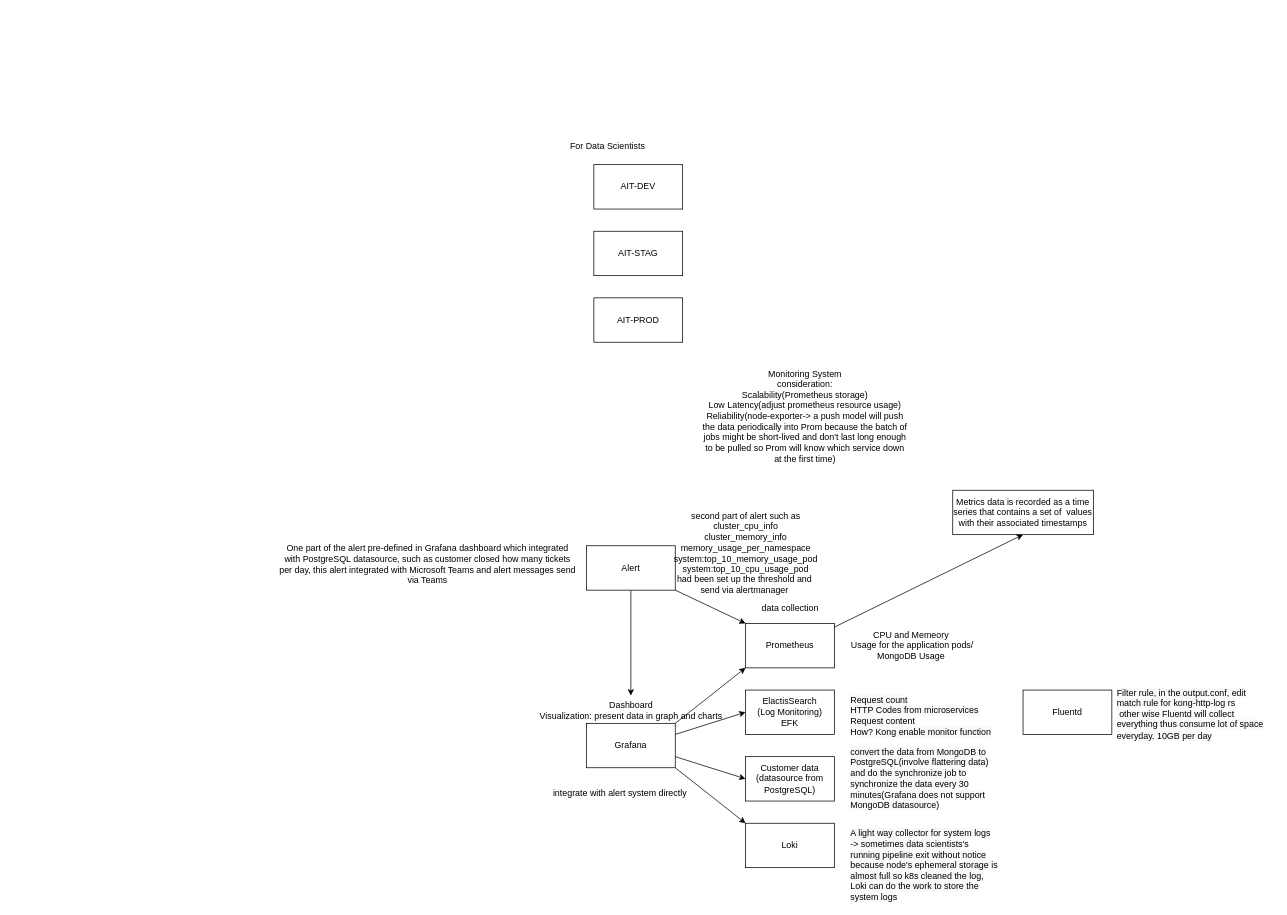
This is sap.drawio from superkjp/docs, a draw.io file, before an edit. Source tidied: cells renumbered, new cells numbered last; positions are measured from the earlier drawing's top-left corner, leaving out a move shared by most shapes. Both pictures are drawn from the tidied source at 74%, with x=0, y=0 at pixel (272, 135).
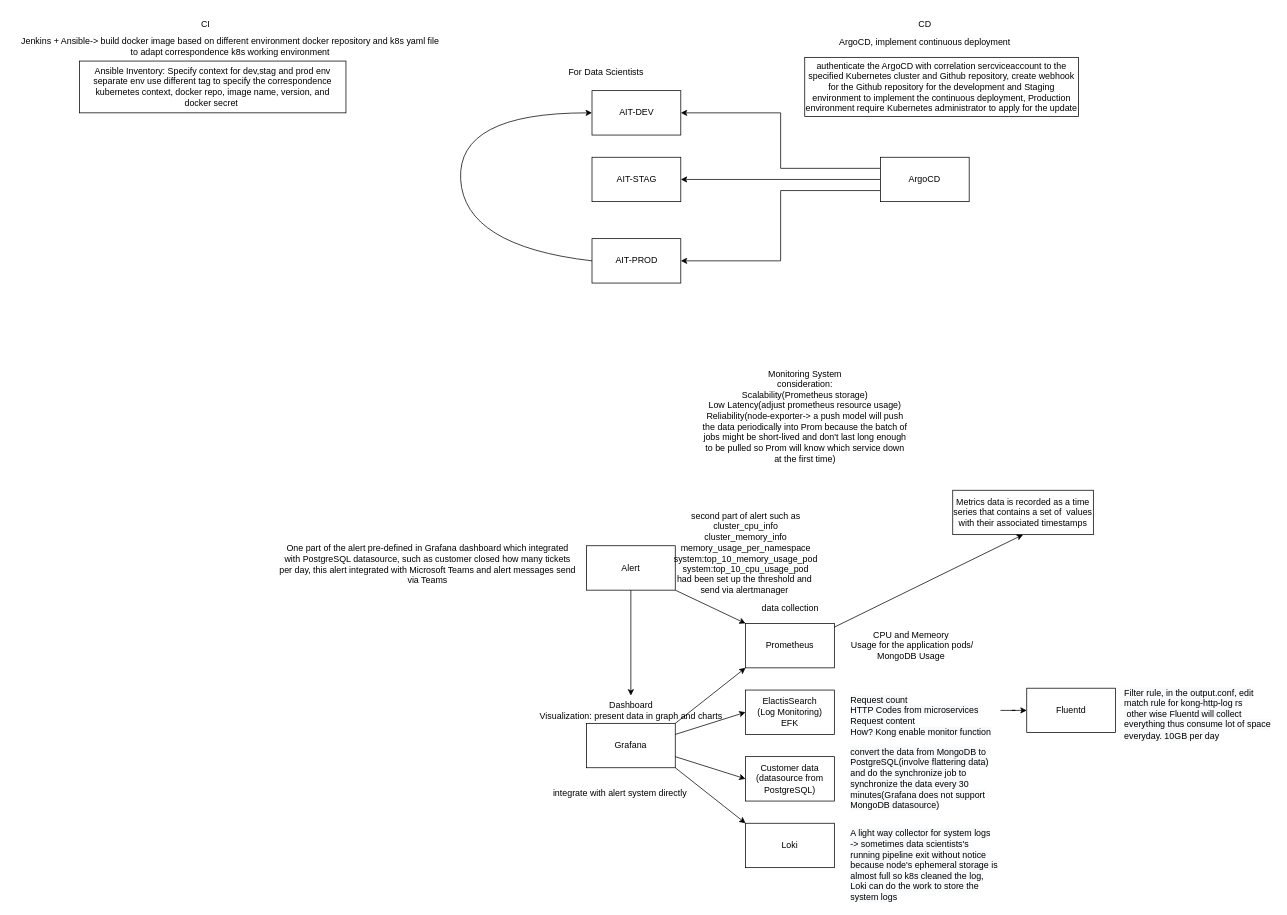
The same page after the edit.

Unchanged cells that the change refers to:
```xml
<mxCell id="14" value="&lt;span style=&quot;color: rgb(0, 0, 0); font-family: Helvetica; font-size: 12px; font-style: normal; font-variant-ligatures: normal; font-variant-caps: normal; font-weight: 400; letter-spacing: normal; orphans: 2; text-align: center; text-indent: 0px; text-transform: none; widows: 2; word-spacing: 0px; -webkit-text-stroke-width: 0px; background-color: rgb(248, 249, 250); text-decoration-thickness: initial; text-decoration-style: initial; text-decoration-color: initial; float: none; display: inline !important;&quot;&gt;Request count&lt;br&gt;&lt;span style=&quot;&quot;&gt;HTTP Codes from microservices&lt;/span&gt;&amp;nbsp;&lt;br&gt;Request content&lt;br&gt;How? Kong enable monitor function&lt;br&gt;&lt;/span&gt;" style="text;whiteSpace=wrap;html=1;" parent="1" vertex="1">
  <mxGeometry x="780" y="750" width="204.5" height="55" as="geometry" />
</mxCell>
```

What changed in the source:
```diff
@@
     <mxCell id="2" value="AIT-DEV" style="rounded=0;whiteSpace=wrap;html=1;" parent="1" vertex="1">
-      <mxGeometry x="435" y="40" width="120" height="60" as="geometry" />
+      <mxGeometry x="432.5" y="-60" width="120" height="60" as="geometry" />
     </mxCell>
     <mxCell id="3" value="AIT-STAG" style="rounded=0;whiteSpace=wrap;html=1;" parent="1" vertex="1">
-      <mxGeometry x="435" y="130" width="120" height="60" as="geometry" />
+      <mxGeometry x="432.5" y="30" width="120" height="60" as="geometry" />
     </mxCell>
     <mxCell id="4" value="AIT-PROD" style="rounded=0;whiteSpace=wrap;html=1;" parent="1" vertex="1">
-      <mxGeometry x="435" y="220" width="120" height="60" as="geometry" />
+      <mxGeometry x="432.5" y="140" width="120" height="60" as="geometry" />
     </mxCell>
     <mxCell id="5" value="For Data Scientists&amp;nbsp;" style="text;html=1;align=center;verticalAlign=middle;strokeColor=none;fillColor=none;" parent="1" vertex="1">
-      <mxGeometry x="390" width="130" height="30" as="geometry" />
+      <mxGeometry x="387.5" y="-100" width="130" height="30" as="geometry" />
     </mxCell>
@@
+    <mxCell id="32" style="edgeStyle=orthogonalEdgeStyle;rounded=0;jettySize=auto;html=1;" parent="1" edge="1" source="14" target="15">
+      <mxGeometry relative="1" as="geometry" />
+    </mxCell>
@@
     <mxCell id="15" value="Fluentd" style="whiteSpace=wrap;html=1;" parent="1" vertex="1">
-      <mxGeometry x="1015" y="750" width="120" height="60" as="geometry" />
+      <mxGeometry x="1020" y="747.5" width="120" height="60" as="geometry" />
     </mxCell>
     <mxCell id="16" value="&lt;span style=&quot;color: rgb(0, 0, 0); font-family: Helvetica; font-size: 12px; font-style: normal; font-variant-ligatures: normal; font-variant-caps: normal; font-weight: 400; letter-spacing: normal; orphans: 2; text-align: center; text-indent: 0px; text-transform: none; widows: 2; word-spacing: 0px; -webkit-text-stroke-width: 0px; background-color: rgb(248, 249, 250); text-decoration-thickness: initial; text-decoration-style: initial; text-decoration-color: initial; float: none; display: inline !important;&quot;&gt;Filter rule, in the output.conf, edit match rule for kong-http-log rs&lt;br&gt;&amp;nbsp;other wise Fluentd will collect everything thus consume lot of space everyday. 10GB per day&lt;br&gt;&lt;/span&gt;" style="text;whiteSpace=wrap;html=1;" parent="1" vertex="1">
-      <mxGeometry x="1140" y="740" width="204.5" height="55" as="geometry" />
+      <mxGeometry x="1150" y="740" width="204.5" height="55" as="geometry" />
     </mxCell>
@@
+    <mxCell id="33" style="curved=1;endArrow=classic;html=1;rounded=0;entryX=0;entryY=0.5;entryDx=0;entryDy=0;exitX=0;exitY=0.5;exitDx=0;exitDy=0;" parent="1" edge="1" source="4" target="2">
+      <mxGeometry relative="1" as="geometry">
+        <Array as="points">
+          <mxPoint x="260" y="150" />
+          <mxPoint x="250" y="-30" />
+        </Array>
+      </mxGeometry>
+    </mxCell>
+    <mxCell id="34" value="Ansible Inventory: Specify context for dev,stag and prod env&lt;br&gt;separate env use different tag to specify the correspondence kubernetes context, docker repo, image name, version, and &lt;br&gt;docker secret&amp;nbsp;" style="whiteSpace=wrap;html=1;" parent="1" vertex="1">
+      <mxGeometry x="-260" y="-100" width="360" height="70" as="geometry" />
+    </mxCell>
+    <mxCell id="35" value="CI" style="text;html=1;align=center;verticalAlign=middle;strokeColor=none;fillColor=none;" parent="1" vertex="1">
+      <mxGeometry x="-110" y="-165" width="40" height="30" as="geometry" />
+    </mxCell>
+    <mxCell id="36" value="CD" style="text;html=1;align=center;verticalAlign=middle;strokeColor=none;fillColor=none;" parent="1" vertex="1">
+      <mxGeometry x="862.2" y="-165" width="40" height="30" as="geometry" />
+    </mxCell>
+    <mxCell id="37" style="edgeStyle=orthogonalEdgeStyle;rounded=0;jettySize=auto;html=1;exitX=0;exitY=0.25;exitDx=0;exitDy=0;entryX=1;entryY=0.5;entryDx=0;entryDy=0;" parent="1" edge="1" source="40" target="2">
+      <mxGeometry relative="1" as="geometry" />
+    </mxCell>
+    <mxCell id="38" style="edgeStyle=orthogonalEdgeStyle;rounded=0;jettySize=auto;html=1;exitX=0;exitY=0.5;exitDx=0;exitDy=0;entryX=1;entryY=0.5;entryDx=0;entryDy=0;" parent="1" edge="1" source="40" target="3">
+      <mxGeometry relative="1" as="geometry" />
+    </mxCell>
+    <mxCell id="39" style="edgeStyle=orthogonalEdgeStyle;rounded=0;jettySize=auto;html=1;exitX=0;exitY=0.75;exitDx=0;exitDy=0;entryX=1;entryY=0.5;entryDx=0;entryDy=0;" parent="1" edge="1" source="40" target="4">
+      <mxGeometry relative="1" as="geometry" />
+    </mxCell>
+    <mxCell id="40" value="ArgoCD" style="whiteSpace=wrap;html=1;" parent="1" vertex="1">
+      <mxGeometry x="822.2" y="30" width="120" height="60" as="geometry" />
+    </mxCell>
+    <mxCell id="41" value="Jenkins + Ansible-&amp;gt; build docker image based on different environment docker repository and k8s yaml file&amp;nbsp;&lt;br&gt;to adapt correspondence k8s working environment&amp;nbsp;" style="text;html=1;align=center;verticalAlign=middle;strokeColor=none;fillColor=none;" parent="1" vertex="1">
+      <mxGeometry x="-350" y="-140" width="590" height="40" as="geometry" />
+    </mxCell>
+    <mxCell id="42" value="ArgoCD, implement continuous deployment" style="text;html=1;align=center;verticalAlign=middle;strokeColor=none;fillColor=none;" parent="1" vertex="1">
+      <mxGeometry x="757.2" y="-140" width="250" height="30" as="geometry" />
+    </mxCell>
+    <mxCell id="43" value="authenticate the ArgoCD with correlation sercviceaccount to the specified Kubernetes cluster and Github repository, create webhook for the Github repository for the development and Staging environment to implement the continuous deployment, Production environment require Kubernetes administrator to apply for the update" style="whiteSpace=wrap;html=1;" parent="1" vertex="1">
+      <mxGeometry x="720" y="-105" width="370" height="80" as="geometry" />
+    </mxCell>
```
